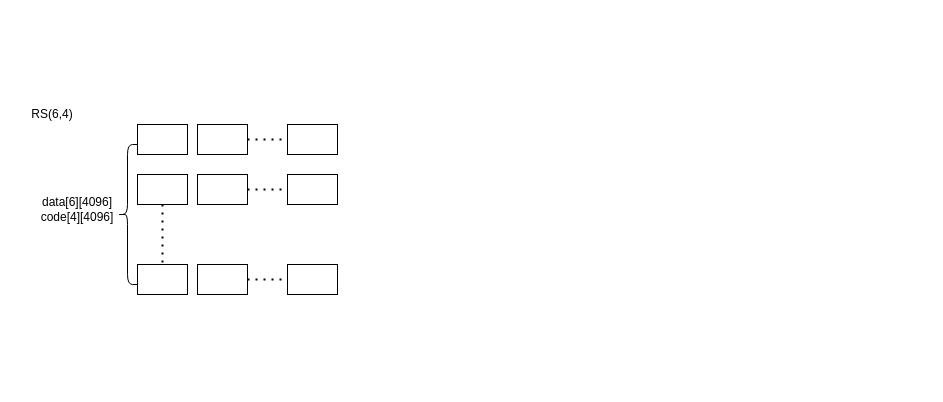
This is Untitled Diagram.drawio from luqitao/drawio_files, a draw.io file, before an edit. Source tidied: cells renumbered, new cells numbered last; positions are measured from the earlier drawing's top-left corner, leaving out a move shared by most shapes. Both pictures are drawn from the tidied source at 100%, with x=0, y=0 at pixel (17, 104).
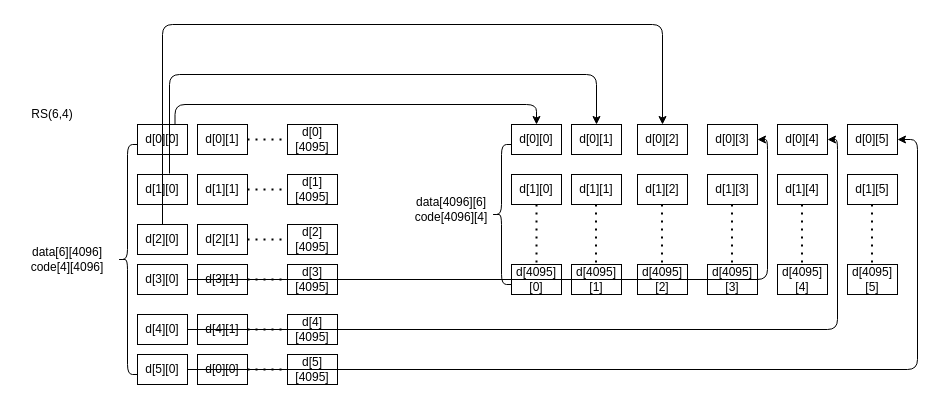
After the change.

Change to the diagram source:
```diff
@@
-    <mxCell id="2" style="rounded=0;whiteSpace=wrap;html=1;" parent="1" vertex="1">
+    <mxCell id="2" value="d[0][0]" style="rounded=0;whiteSpace=wrap;html=1;" parent="1" vertex="1">
       <mxGeometry x="120" y="20" width="50" height="30" as="geometry" />
     </mxCell>
     <mxCell id="3" style="shape=curlyBracket;whiteSpace=wrap;html=1;rounded=1;" parent="1" vertex="1">
-      <mxGeometry x="100" y="40" width="20" height="140" as="geometry" />
+      <mxGeometry x="100" y="40" width="20" height="230" as="geometry" />
     </mxCell>
-    <mxCell id="4" style="rounded=0;whiteSpace=wrap;html=1;" parent="1" vertex="1">
+    <mxCell id="4" value="&lt;span&gt;d[0][1]&lt;/span&gt;" style="rounded=0;whiteSpace=wrap;html=1;" parent="1" vertex="1">
       <mxGeometry x="180" y="20" width="50" height="30" as="geometry" />
     </mxCell>
-    <mxCell id="5" style="rounded=0;whiteSpace=wrap;html=1;" parent="1" vertex="1">
+    <mxCell id="5" value="&lt;span&gt;d[0][4095]&lt;/span&gt;" style="rounded=0;whiteSpace=wrap;html=1;" parent="1" vertex="1">
       <mxGeometry x="270" y="20" width="50" height="30" as="geometry" />
     </mxCell>
@@
-    <mxCell id="7" style="rounded=0;whiteSpace=wrap;html=1;" parent="1" vertex="1">
+    <mxCell id="7" value="&lt;span&gt;d[1][0]&lt;/span&gt;" style="rounded=0;whiteSpace=wrap;html=1;" parent="1" vertex="1">
       <mxGeometry x="120" y="70" width="50" height="30" as="geometry" />
     </mxCell>
-    <mxCell id="8" style="rounded=0;whiteSpace=wrap;html=1;" parent="1" vertex="1">
-      <mxGeometry x="120" y="160" width="50" height="30" as="geometry" />
+    <mxCell id="8" value="&lt;span&gt;d[5][0]&lt;/span&gt;" style="rounded=0;whiteSpace=wrap;html=1;" parent="1" vertex="1">
+      <mxGeometry x="120" y="250" width="50" height="30" as="geometry" />
     </mxCell>
-    <mxCell id="9" style="endArrow=none;dashed=1;html=1;dashPattern=1 3;strokeWidth=2;exitX=0.5;exitY=1;exitDx=0;exitDy=0;entryX=0.5;entryY=0;entryDx=0;entryDy=0;" parent="1" edge="1" source="7" target="8">
-      <mxGeometry relative="1" as="geometry" />
-    </mxCell>
-    <mxCell id="10" style="rounded=0;whiteSpace=wrap;html=1;" parent="1" vertex="1">
+    <mxCell id="10" value="&lt;span&gt;d[1][1]&lt;/span&gt;" style="rounded=0;whiteSpace=wrap;html=1;" parent="1" vertex="1">
       <mxGeometry x="180" y="70" width="50" height="30" as="geometry" />
     </mxCell>
-    <mxCell id="11" style="rounded=0;whiteSpace=wrap;html=1;" parent="1" vertex="1">
+    <mxCell id="11" value="&lt;span&gt;d[1][4095]&lt;/span&gt;" style="rounded=0;whiteSpace=wrap;html=1;" parent="1" vertex="1">
       <mxGeometry x="270" y="70" width="50" height="30" as="geometry" />
     </mxCell>
@@
-    <mxCell id="13" style="rounded=0;whiteSpace=wrap;html=1;" parent="1" vertex="1">
-      <mxGeometry x="180" y="160" width="50" height="30" as="geometry" />
+    <mxCell id="13" value="&lt;span&gt;d[0][0]&lt;/span&gt;" style="rounded=0;whiteSpace=wrap;html=1;" parent="1" vertex="1">
+      <mxGeometry x="180" y="250" width="50" height="30" as="geometry" />
     </mxCell>
-    <mxCell id="14" style="rounded=0;whiteSpace=wrap;html=1;" parent="1" vertex="1">
-      <mxGeometry x="270" y="160" width="50" height="30" as="geometry" />
+    <mxCell id="14" value="&lt;span&gt;d[5][4095]&lt;/span&gt;" style="rounded=0;whiteSpace=wrap;html=1;" parent="1" vertex="1">
+      <mxGeometry x="270" y="250" width="50" height="30" as="geometry" />
     </mxCell>
@@
     <mxCell id="16" value="data[6][4096]&lt;br&gt;code[4][4096]" style="text;html=1;strokeColor=none;fillColor=none;align=center;verticalAlign=middle;whiteSpace=wrap;rounded=0;" parent="1" vertex="1">
-      <mxGeometry x="20" y="80" width="80" height="50" as="geometry" />
+      <mxGeometry x="10" y="130" width="80" height="50" as="geometry" />
     </mxCell>
@@
+    <mxCell id="18" value="d[0][0]" style="rounded=0;whiteSpace=wrap;html=1;" parent="1" vertex="1">
+      <mxGeometry x="494" y="20" width="50" height="30" as="geometry" />
+    </mxCell>
+    <mxCell id="19" style="shape=curlyBracket;whiteSpace=wrap;html=1;rounded=1;" parent="1" vertex="1">
+      <mxGeometry x="474" y="40" width="20" height="140" as="geometry" />
+    </mxCell>
+    <mxCell id="20" value="&lt;span&gt;d[0][1]&lt;/span&gt;" style="rounded=0;whiteSpace=wrap;html=1;" parent="1" vertex="1">
+      <mxGeometry x="554" y="20" width="50" height="30" as="geometry" />
+    </mxCell>
+    <mxCell id="21" value="&lt;span&gt;d[0][2]&lt;/span&gt;" style="rounded=0;whiteSpace=wrap;html=1;" parent="1" vertex="1">
+      <mxGeometry x="620" y="20" width="50" height="30" as="geometry" />
+    </mxCell>
+    <mxCell id="22" value="&lt;span&gt;d[1][0]&lt;/span&gt;" style="rounded=0;whiteSpace=wrap;html=1;" parent="1" vertex="1">
+      <mxGeometry x="494" y="70" width="50" height="30" as="geometry" />
+    </mxCell>
+    <mxCell id="23" value="&lt;span&gt;d[4095][0]&lt;/span&gt;" style="rounded=0;whiteSpace=wrap;html=1;" parent="1" vertex="1">
+      <mxGeometry x="494" y="160" width="50" height="30" as="geometry" />
+    </mxCell>
+    <mxCell id="24" style="endArrow=none;dashed=1;html=1;dashPattern=1 3;strokeWidth=2;exitX=0.5;exitY=1;exitDx=0;exitDy=0;entryX=0.5;entryY=0;entryDx=0;entryDy=0;" parent="1" edge="1" source="22" target="23">
+      <mxGeometry relative="1" as="geometry" />
+    </mxCell>
+    <mxCell id="25" value="&lt;span&gt;d[1][1]&lt;/span&gt;" style="rounded=0;whiteSpace=wrap;html=1;" parent="1" vertex="1">
+      <mxGeometry x="554" y="70" width="50" height="30" as="geometry" />
+    </mxCell>
+    <mxCell id="26" value="&lt;span&gt;d[1][2]&lt;/span&gt;" style="rounded=0;whiteSpace=wrap;html=1;" parent="1" vertex="1">
+      <mxGeometry x="620" y="70" width="50" height="30" as="geometry" />
+    </mxCell>
+    <mxCell id="27" value="&lt;span&gt;d[4095][1]&lt;/span&gt;" style="rounded=0;whiteSpace=wrap;html=1;" parent="1" vertex="1">
+      <mxGeometry x="554" y="160" width="50" height="30" as="geometry" />
+    </mxCell>
+    <mxCell id="28" value="&lt;span&gt;d[4095][2]&lt;/span&gt;" style="rounded=0;whiteSpace=wrap;html=1;" parent="1" vertex="1">
+      <mxGeometry x="620" y="160" width="50" height="30" as="geometry" />
+    </mxCell>
+    <mxCell id="29" value="data[4096][6]&lt;br&gt;code[4096][4]" style="text;html=1;strokeColor=none;fillColor=none;align=center;verticalAlign=middle;whiteSpace=wrap;rounded=0;" parent="1" vertex="1">
+      <mxGeometry x="394" y="80" width="80" height="50" as="geometry" />
+    </mxCell>
+    <mxCell id="30" value="&lt;span&gt;d[2][0]&lt;/span&gt;" style="rounded=0;whiteSpace=wrap;html=1;" parent="1" vertex="1">
+      <mxGeometry x="120" y="120" width="50" height="30" as="geometry" />
+    </mxCell>
+    <mxCell id="31" value="&lt;span&gt;d[2][1]&lt;/span&gt;" style="rounded=0;whiteSpace=wrap;html=1;" parent="1" vertex="1">
+      <mxGeometry x="180" y="120" width="50" height="30" as="geometry" />
+    </mxCell>
+    <mxCell id="32" value="&lt;span&gt;d[2][4095]&lt;/span&gt;" style="rounded=0;whiteSpace=wrap;html=1;" parent="1" vertex="1">
+      <mxGeometry x="270" y="120" width="50" height="30" as="geometry" />
+    </mxCell>
+    <mxCell id="33" style="endArrow=none;dashed=1;html=1;dashPattern=1 3;strokeWidth=2;exitX=1;exitY=0.5;exitDx=0;exitDy=0;entryX=0;entryY=0.5;entryDx=0;entryDy=0;" parent="1" edge="1" source="31" target="32">
+      <mxGeometry relative="1" as="geometry" />
+    </mxCell>
+    <mxCell id="34" value="&lt;span&gt;d[3][0]&lt;/span&gt;" style="rounded=0;whiteSpace=wrap;html=1;" parent="1" vertex="1">
+      <mxGeometry x="120" y="160" width="50" height="30" as="geometry" />
+    </mxCell>
+    <mxCell id="35" value="&lt;span&gt;d[3][1]&lt;/span&gt;" style="rounded=0;whiteSpace=wrap;html=1;" parent="1" vertex="1">
+      <mxGeometry x="180" y="160" width="50" height="30" as="geometry" />
+    </mxCell>
+    <mxCell id="36" value="&lt;span&gt;d[3][4095]&lt;/span&gt;" style="rounded=0;whiteSpace=wrap;html=1;" parent="1" vertex="1">
+      <mxGeometry x="270" y="160" width="50" height="30" as="geometry" />
+    </mxCell>
+    <mxCell id="37" style="endArrow=none;dashed=1;html=1;dashPattern=1 3;strokeWidth=2;exitX=1;exitY=0.5;exitDx=0;exitDy=0;entryX=0;entryY=0.5;entryDx=0;entryDy=0;" parent="1" edge="1" source="35" target="36">
+      <mxGeometry relative="1" as="geometry" />
+    </mxCell>
+    <mxCell id="38" value="&lt;span&gt;d[4][0]&lt;/span&gt;" style="rounded=0;whiteSpace=wrap;html=1;" parent="1" vertex="1">
+      <mxGeometry x="120" y="210" width="50" height="30" as="geometry" />
+    </mxCell>
+    <mxCell id="39" value="&lt;span&gt;d[4][1]&lt;/span&gt;" style="rounded=0;whiteSpace=wrap;html=1;" parent="1" vertex="1">
+      <mxGeometry x="180" y="210" width="50" height="30" as="geometry" />
+    </mxCell>
+    <mxCell id="40" value="&lt;span&gt;d[4][4095]&lt;/span&gt;" style="rounded=0;whiteSpace=wrap;html=1;" parent="1" vertex="1">
+      <mxGeometry x="270" y="210" width="50" height="30" as="geometry" />
+    </mxCell>
+    <mxCell id="41" style="endArrow=none;dashed=1;html=1;dashPattern=1 3;strokeWidth=2;exitX=1;exitY=0.5;exitDx=0;exitDy=0;entryX=0;entryY=0.5;entryDx=0;entryDy=0;" parent="1" edge="1" source="39" target="40">
+      <mxGeometry relative="1" as="geometry" />
+    </mxCell>
+    <mxCell id="42" value="&lt;span&gt;d[0][3]&lt;/span&gt;" style="rounded=0;whiteSpace=wrap;html=1;" parent="1" vertex="1">
+      <mxGeometry x="690" y="20" width="50" height="30" as="geometry" />
+    </mxCell>
+    <mxCell id="43" value="&lt;span&gt;d[1][3]&lt;/span&gt;" style="rounded=0;whiteSpace=wrap;html=1;" parent="1" vertex="1">
+      <mxGeometry x="690" y="70" width="50" height="30" as="geometry" />
+    </mxCell>
+    <mxCell id="44" value="&lt;span&gt;d[4095][3]&lt;/span&gt;" style="rounded=0;whiteSpace=wrap;html=1;" parent="1" vertex="1">
+      <mxGeometry x="690" y="160" width="50" height="30" as="geometry" />
+    </mxCell>
+    <mxCell id="45" value="&lt;span&gt;d[0][4]&lt;/span&gt;" style="rounded=0;whiteSpace=wrap;html=1;" parent="1" vertex="1">
+      <mxGeometry x="760" y="20" width="50" height="30" as="geometry" />
+    </mxCell>
+    <mxCell id="46" value="&lt;span&gt;d[1][4]&lt;/span&gt;" style="rounded=0;whiteSpace=wrap;html=1;" parent="1" vertex="1">
+      <mxGeometry x="760" y="70" width="50" height="30" as="geometry" />
+    </mxCell>
+    <mxCell id="47" value="&lt;span&gt;d[4095][4]&lt;/span&gt;" style="rounded=0;whiteSpace=wrap;html=1;" parent="1" vertex="1">
+      <mxGeometry x="760" y="160" width="50" height="30" as="geometry" />
+    </mxCell>
+    <mxCell id="48" value="&lt;span&gt;d[0][5]&lt;/span&gt;" style="rounded=0;whiteSpace=wrap;html=1;" parent="1" vertex="1">
+      <mxGeometry x="830" y="20" width="50" height="30" as="geometry" />
+    </mxCell>
+    <mxCell id="49" value="&lt;span&gt;d[1][5]&lt;/span&gt;" style="rounded=0;whiteSpace=wrap;html=1;" parent="1" vertex="1">
+      <mxGeometry x="830" y="70" width="50" height="30" as="geometry" />
+    </mxCell>
+    <mxCell id="50" value="&lt;span&gt;d[4095][5]&lt;/span&gt;" style="rounded=0;whiteSpace=wrap;html=1;" parent="1" vertex="1">
+      <mxGeometry x="830" y="160" width="50" height="30" as="geometry" />
+    </mxCell>
+    <mxCell id="51" style="endArrow=none;dashed=1;html=1;dashPattern=1 3;strokeWidth=2;exitX=0.5;exitY=1;exitDx=0;exitDy=0;entryX=0.5;entryY=0;entryDx=0;entryDy=0;" parent="1" edge="1">
+      <mxGeometry relative="1" as="geometry">
+        <mxPoint x="578.5" y="100" as="sourcePoint" />
+        <mxPoint x="578.5" y="160" as="targetPoint" />
+      </mxGeometry>
+    </mxCell>
+    <mxCell id="52" style="endArrow=none;dashed=1;html=1;dashPattern=1 3;strokeWidth=2;exitX=0.5;exitY=1;exitDx=0;exitDy=0;entryX=0.5;entryY=0;entryDx=0;entryDy=0;" parent="1" edge="1">
+      <mxGeometry relative="1" as="geometry">
+        <mxPoint x="644.5" y="100" as="sourcePoint" />
+        <mxPoint x="644.5" y="160" as="targetPoint" />
+      </mxGeometry>
+    </mxCell>
+    <mxCell id="53" style="endArrow=none;dashed=1;html=1;dashPattern=1 3;strokeWidth=2;exitX=0.5;exitY=1;exitDx=0;exitDy=0;entryX=0.5;entryY=0;entryDx=0;entryDy=0;" parent="1" edge="1">
+      <mxGeometry relative="1" as="geometry">
+        <mxPoint x="714.5" y="100" as="sourcePoint" />
+        <mxPoint x="714.5" y="160" as="targetPoint" />
+      </mxGeometry>
+    </mxCell>
+    <mxCell id="54" style="endArrow=none;dashed=1;html=1;dashPattern=1 3;strokeWidth=2;exitX=0.5;exitY=1;exitDx=0;exitDy=0;entryX=0.5;entryY=0;entryDx=0;entryDy=0;" parent="1" edge="1">
+      <mxGeometry relative="1" as="geometry">
+        <mxPoint x="784.5" y="100" as="sourcePoint" />
+        <mxPoint x="784.5" y="160" as="targetPoint" />
+      </mxGeometry>
+    </mxCell>
+    <mxCell id="55" style="endArrow=none;dashed=1;html=1;dashPattern=1 3;strokeWidth=2;exitX=0.5;exitY=1;exitDx=0;exitDy=0;entryX=0.5;entryY=0;entryDx=0;entryDy=0;" parent="1" edge="1">
+      <mxGeometry relative="1" as="geometry">
+        <mxPoint x="854.5" y="100" as="sourcePoint" />
+        <mxPoint x="854.5" y="160" as="targetPoint" />
+      </mxGeometry>
+    </mxCell>
+    <mxCell id="56" style="edgeStyle=elbowEdgeStyle;elbow=horizontal;endArrow=classic;html=1;exitX=0.75;exitY=0;exitDx=0;exitDy=0;entryX=0.5;entryY=0;entryDx=0;entryDy=0;" parent="1" edge="1" source="2" target="18">
+      <mxGeometry relative="1" as="geometry">
+        <Array as="points">
+          <mxPoint x="160" />
+          <mxPoint x="170" y="-10" />
+          <mxPoint x="330" y="-40" />
+        </Array>
+      </mxGeometry>
+    </mxCell>
+    <mxCell id="57" style="edgeStyle=elbowEdgeStyle;elbow=horizontal;endArrow=classic;html=1;exitX=0.64;exitY=-0.033;exitDx=0;exitDy=0;entryX=0.5;entryY=0;entryDx=0;entryDy=0;exitPerimeter=0;" parent="1" edge="1" source="7" target="20">
+      <mxGeometry relative="1" as="geometry">
+        <Array as="points">
+          <mxPoint x="370" y="-30" />
+        </Array>
+      </mxGeometry>
+    </mxCell>
+    <mxCell id="58" style="edgeStyle=elbowEdgeStyle;elbow=horizontal;endArrow=classic;html=1;entryX=0.5;entryY=0;entryDx=0;entryDy=0;exitX=0.5;exitY=0;exitDx=0;exitDy=0;" parent="1" edge="1" source="30" target="21">
+      <mxGeometry relative="1" as="geometry">
+        <Array as="points">
+          <mxPoint x="270" y="-80" />
+          <mxPoint x="190" y="-100" />
+        </Array>
+      </mxGeometry>
+    </mxCell>
+    <mxCell id="59" style="edgeStyle=elbowEdgeStyle;elbow=horizontal;endArrow=classic;html=1;exitX=1;exitY=0.5;exitDx=0;exitDy=0;entryX=1;entryY=0.5;entryDx=0;entryDy=0;" parent="1" edge="1" source="8" target="48">
+      <mxGeometry relative="1" as="geometry">
+        <Array as="points">
+          <mxPoint x="900" y="240" />
+          <mxPoint x="520" y="300" />
+          <mxPoint x="930" y="270" />
+          <mxPoint x="550" y="310" />
+          <mxPoint x="900" y="150" />
+          <mxPoint x="900" y="170" />
+          <mxPoint x="900" y="300" />
+          <mxPoint x="280" y="-70" />
+          <mxPoint x="200" y="-90" />
+        </Array>
+      </mxGeometry>
+    </mxCell>
+    <mxCell id="60" style="edgeStyle=elbowEdgeStyle;elbow=horizontal;endArrow=classic;html=1;exitX=1;exitY=0.5;exitDx=0;exitDy=0;entryX=1;entryY=0.5;entryDx=0;entryDy=0;" parent="1" edge="1" source="38" target="45">
+      <mxGeometry relative="1" as="geometry">
+        <Array as="points">
+          <mxPoint x="820" y="140" />
+          <mxPoint x="530" y="310" />
+          <mxPoint x="940" y="280" />
+          <mxPoint x="560" y="320" />
+          <mxPoint x="910" y="160" />
+          <mxPoint x="910" y="180" />
+          <mxPoint x="910" y="310" />
+          <mxPoint x="290" y="-60" />
+          <mxPoint x="210" y="-80" />
+        </Array>
+      </mxGeometry>
+    </mxCell>
+    <mxCell id="61" style="edgeStyle=elbowEdgeStyle;elbow=horizontal;endArrow=classic;html=1;exitX=1;exitY=0.5;exitDx=0;exitDy=0;entryX=1;entryY=0.5;entryDx=0;entryDy=0;" parent="1" edge="1" source="34" target="42">
+      <mxGeometry relative="1" as="geometry">
+        <Array as="points">
+          <mxPoint x="750" y="100" />
+          <mxPoint x="540" y="320" />
+          <mxPoint x="950" y="290" />
+          <mxPoint x="570" y="330" />
+          <mxPoint x="920" y="170" />
+          <mxPoint x="920" y="190" />
+          <mxPoint x="920" y="320" />
+          <mxPoint x="300" y="-50" />
+          <mxPoint x="220" y="-70" />
+        </Array>
+      </mxGeometry>
+    </mxCell>
```
